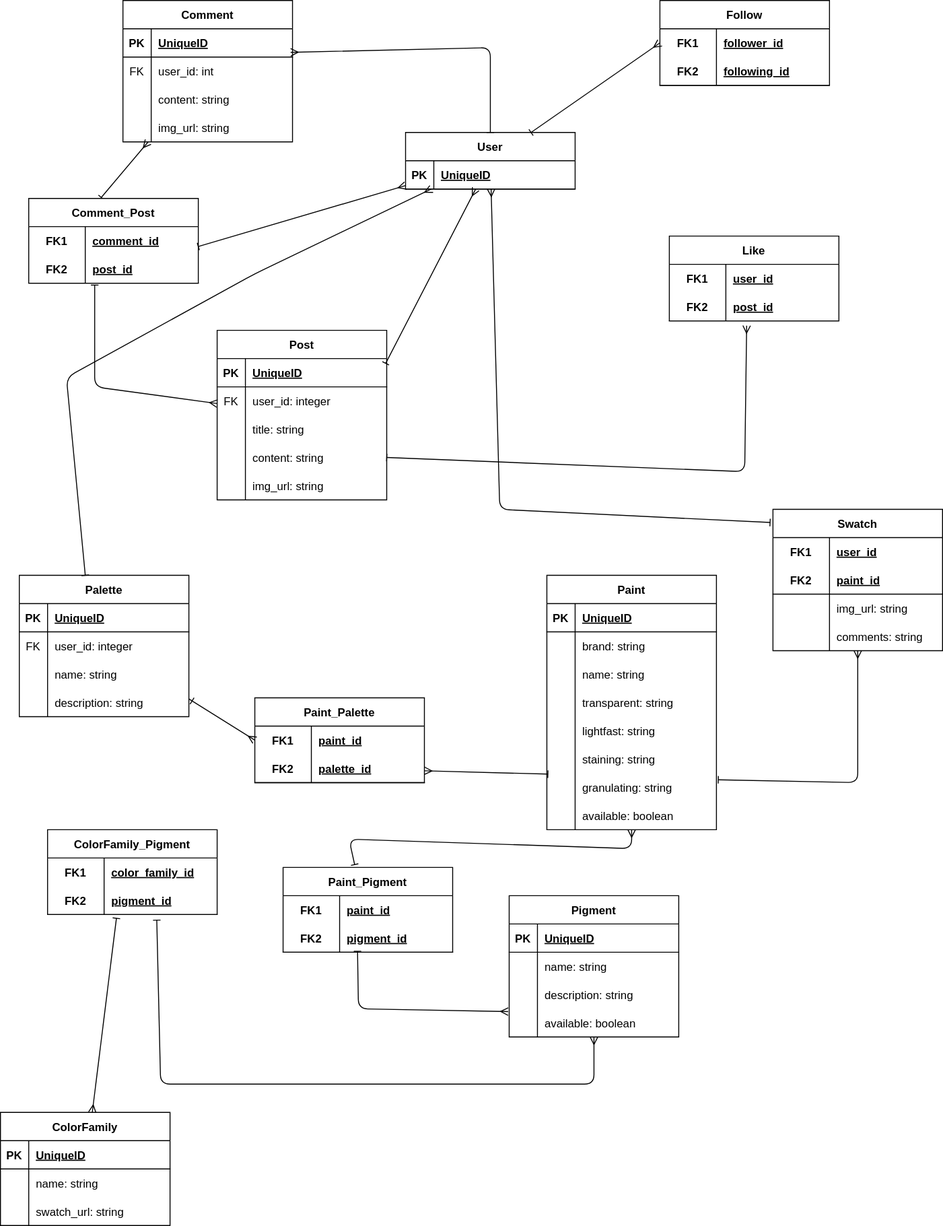
This is pigments.drawio.svg from LeelooMina/pigment-api, a draw.io export, as it was before one commit. Source tidied: cells renumbered, new cells last; positions are measured from the earlier drawing's top-left corner, leaving out a move shared by most shapes.
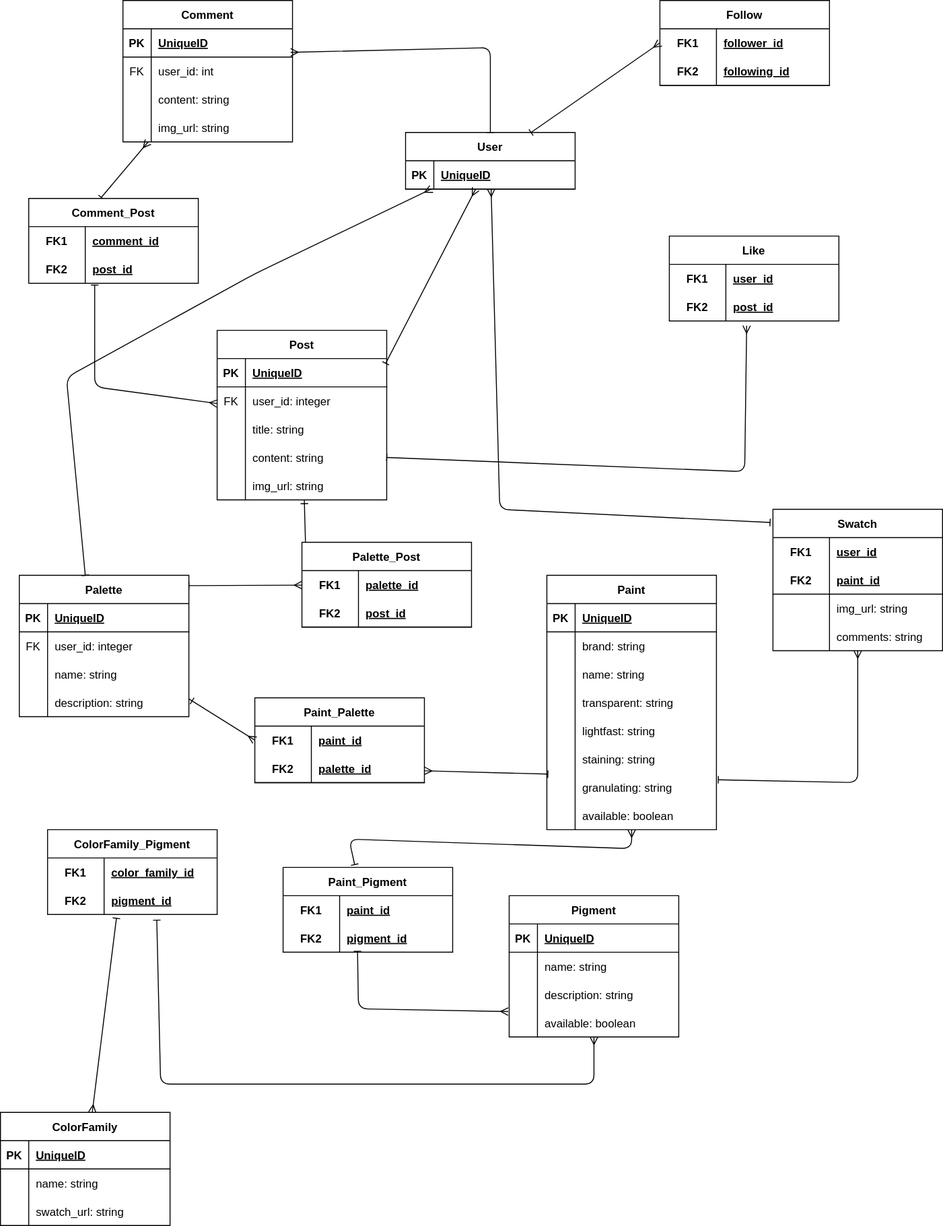
The same file after the commit.

The edit, as a diff of the source:
```diff
@@ -323,9 +323,6 @@
     <mxCell id="102" value="pigment_id" style="shape=partialRectangle;fillColor=none;top=0;left=0;bottom=0;right=0;align=left;spacingLeft=6;fontStyle=5;overflow=hidden;" parent="100" vertex="1">
       <mxGeometry x="60" width="120" height="30" as="geometry" />
     </mxCell>
-    <mxCell id="103" style="edgeStyle=none;html=1;entryX=1;entryY=-0.3;entryDx=0;entryDy=0;entryPerimeter=0;startArrow=ERmany;startFill=0;endArrow=baseDash;endFill=0;" parent="1" edge="1" source="107" target="165">
-      <mxGeometry relative="1" as="geometry" />
-    </mxCell>
     <mxCell id="104" style="edgeStyle=none;html=1;entryX=0.994;entryY=0.167;entryDx=0;entryDy=0;entryPerimeter=0;startArrow=ERmany;startFill=0;endArrow=baseDash;endFill=0;" parent="1" edge="1" source="107" target="143">
       <mxGeometry relative="1" as="geometry" />
     </mxCell>
@@ -457,6 +454,9 @@
         </Array>
       </mxGeometry>
     </mxCell>
+    <mxCell id="168" style="edgeStyle=none;html=1;startArrow=ERone;startFill=0;endArrow=baseDash;endFill=0;entryX=0.022;entryY=0.078;entryDx=0;entryDy=0;entryPerimeter=0;" parent="1" edge="1" source="142" target="170">
+      <mxGeometry relative="1" as="geometry" />
+    </mxCell>
     <mxCell id="142" value="Post" style="shape=table;startSize=30;rowLines=0;fontStyle=1;align=center;" parent="1" vertex="1">
       <mxGeometry x="230" y="350" width="180" height="180" as="geometry" />
     </mxCell>
@@ -539,5 +539,29 @@
     <mxCell id="167" value="post_id" style="shape=partialRectangle;fillColor=none;top=0;left=0;bottom=0;right=0;align=left;spacingLeft=6;fontStyle=5;overflow=hidden;" parent="165" vertex="1">
       <mxGeometry x="60" width="120" height="30" as="geometry" />
     </mxCell>
+    <mxCell id="169" style="edgeStyle=none;html=1;entryX=1;entryY=0.073;entryDx=0;entryDy=0;entryPerimeter=0;startArrow=ERmany;startFill=0;endArrow=baseDash;endFill=0;" parent="1" edge="1" source="170" target="18">
+      <mxGeometry relative="1" as="geometry" />
+    </mxCell>
+    <mxCell id="170" value="Palette_Post" style="shape=table;startSize=30;rowLines=0;fontStyle=1;align=center;" parent="1" vertex="1">
+      <mxGeometry x="320" y="575" width="180" height="90" as="geometry" />
+    </mxCell>
+    <mxCell id="171" style="shape=tableRow;horizontal=0;startSize=0;swimlaneHead=0;swimlaneBody=0;fillColor=none;top=0;left=0;right=0;bottom=0;" parent="170" vertex="1">
+      <mxGeometry y="30" width="180" height="30" as="geometry" />
+    </mxCell>
+    <mxCell id="172" value="FK1" style="shape=partialRectangle;fillColor=none;top=0;left=0;bottom=0;right=0;fontStyle=1;overflow=hidden;" parent="171" vertex="1">
+      <mxGeometry width="60" height="30" as="geometry" />
+    </mxCell>
+    <mxCell id="173" value="palette_id" style="shape=partialRectangle;fillColor=none;top=0;left=0;bottom=0;right=0;align=left;spacingLeft=6;fontStyle=5;overflow=hidden;" parent="171" vertex="1">
+      <mxGeometry x="60" width="120" height="30" as="geometry" />
+    </mxCell>
+    <mxCell id="174" style="shape=tableRow;horizontal=0;startSize=0;swimlaneHead=0;swimlaneBody=0;fillColor=none;top=0;left=0;right=0;bottom=1;" parent="170" vertex="1">
+      <mxGeometry y="60" width="180" height="30" as="geometry" />
+    </mxCell>
+    <mxCell id="175" value="FK2" style="shape=partialRectangle;fillColor=none;top=0;left=0;bottom=0;right=0;fontStyle=1;overflow=hidden;" parent="174" vertex="1">
+      <mxGeometry width="60" height="30" as="geometry" />
+    </mxCell>
+    <mxCell id="176" value="post_id" style="shape=partialRectangle;fillColor=none;top=0;left=0;bottom=0;right=0;align=left;spacingLeft=6;fontStyle=5;overflow=hidden;" parent="174" vertex="1">
+      <mxGeometry x="60" width="120" height="30" as="geometry" />
+    </mxCell>
   </root>
 </mxGraphModel>
```
